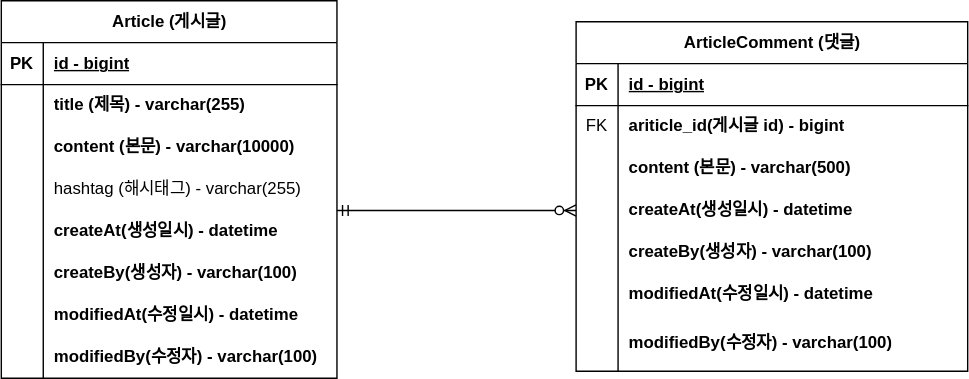
Above: erd.svg in kmindev/board-project (draw.io), before the change. Source tidied: cells renumbered, new cells last; positions are measured from the earlier drawing's top-left corner, leaving out a move shared by most shapes.
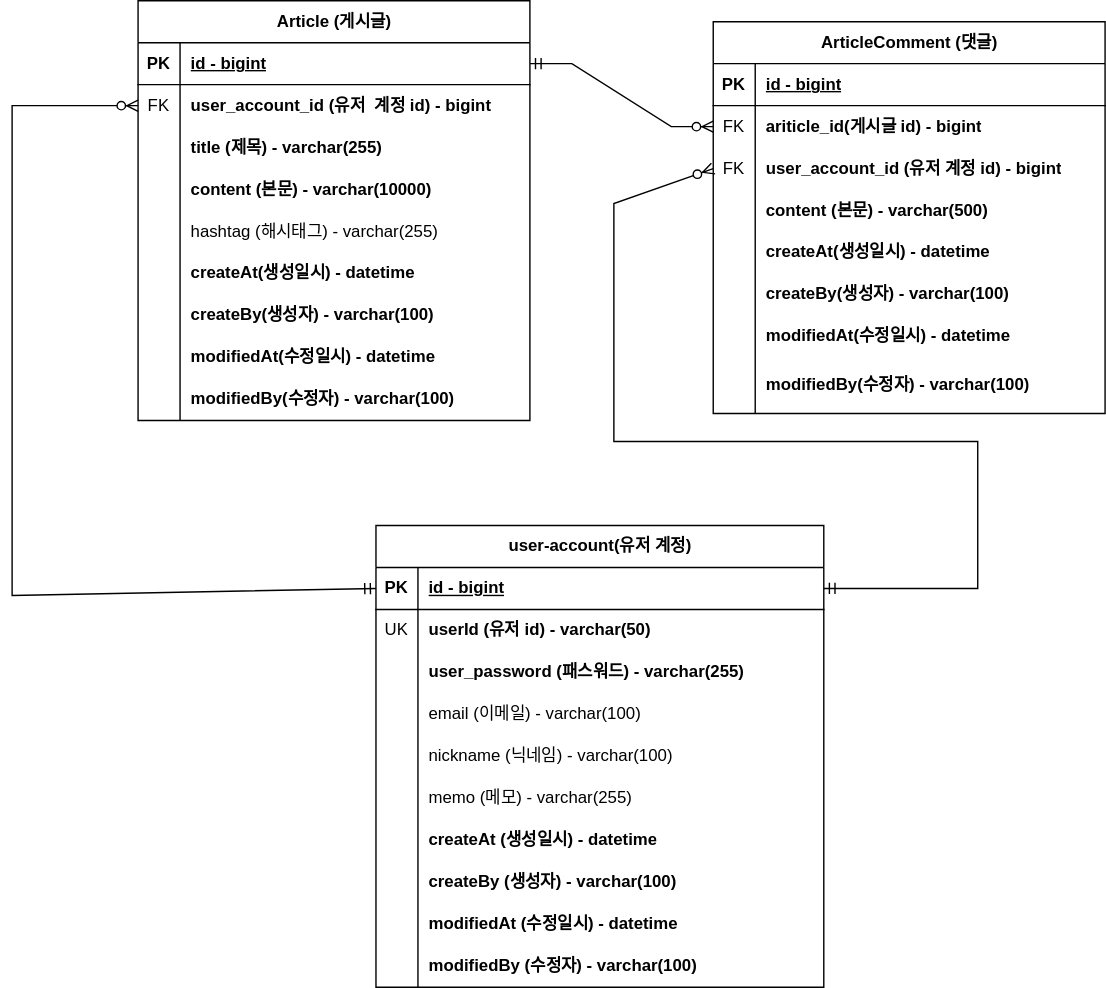
Later version of the same file.

Commit message:
#17 - erd (유저 계정 도메인) 추가

What changed in the source:
```diff
@@ -5,6 +5,6 @@
     <mxCell id="2" value="Article (게시글)" style="shape=table;startSize=30;rowLines=0;fontStyle=1;align=center;html=1;" parent="1" vertex="1">
-      <mxGeometry width="240" height="270" as="geometry" />
+      <mxGeometry width="280" height="300" as="geometry" />
     </mxCell>
     <mxCell id="3" style="shape=tableRow;horizontal=0;startSize=0;swimlaneHead=0;swimlaneBody=0;fillColor=none;points=[[0,0.5],[1,0.5]];portConstraint=eastwest;top=0;left=0;right=0;bottom=1;" parent="2" vertex="1">
-      <mxGeometry y="30" width="240" height="30" as="geometry" />
+      <mxGeometry y="30" width="280" height="30" as="geometry" />
     </mxCell>
@@ -14,15 +14,24 @@
     <mxCell id="5" value="id - bigint" style="shape=partialRectangle;fillColor=none;top=0;left=0;bottom=0;right=0;align=left;spacingLeft=6;fontStyle=5;overflow=hidden;whiteSpace=wrap;html=1;" parent="3" vertex="1">
-      <mxGeometry x="30" width="210" height="30" as="geometry" />
+      <mxGeometry x="30" width="250" height="30" as="geometry" />
     </mxCell>
     <mxCell id="6" style="shape=tableRow;horizontal=0;startSize=0;swimlaneHead=0;swimlaneBody=0;fillColor=none;top=0;left=0;right=0;bottom=0;" parent="2" vertex="1">
-      <mxGeometry y="60" width="240" height="30" as="geometry" />
+      <mxGeometry y="60" width="280" height="30" as="geometry" />
     </mxCell>
-    <mxCell id="7" style="shape=partialRectangle;fillColor=none;top=0;left=0;bottom=0;right=0;overflow=hidden;whiteSpace=wrap;html=1;" parent="6" vertex="1">
+    <mxCell id="7" value="FK" style="shape=partialRectangle;fillColor=none;top=0;left=0;bottom=0;right=0;overflow=hidden;whiteSpace=wrap;html=1;" parent="6" vertex="1">
       <mxGeometry width="30" height="30" as="geometry" />
     </mxCell>
-    <mxCell id="8" value="&lt;b&gt;title (제목) - varchar(255)&lt;/b&gt;" style="shape=partialRectangle;fillColor=none;top=0;left=0;bottom=0;right=0;align=left;spacingLeft=6;overflow=hidden;whiteSpace=wrap;html=1;" parent="6" vertex="1">
-      <mxGeometry x="30" width="210" height="30" as="geometry" />
+    <mxCell id="8" value="&lt;b&gt;user_account_id (유저&amp;nbsp; 계정 id) - bigint&lt;/b&gt;" style="shape=partialRectangle;fillColor=none;top=0;left=0;bottom=0;right=0;align=left;spacingLeft=6;overflow=hidden;whiteSpace=wrap;html=1;" parent="6" vertex="1">
+      <mxGeometry x="30" width="250" height="30" as="geometry" />
     </mxCell>
+    <mxCell id="50" style="shape=tableRow;horizontal=0;startSize=0;swimlaneHead=0;swimlaneBody=0;fillColor=none;top=0;left=0;right=0;bottom=0;" parent="2" vertex="1">
+      <mxGeometry y="90" width="280" height="30" as="geometry" />
+    </mxCell>
+    <mxCell id="51" style="shape=partialRectangle;fillColor=none;top=0;left=0;bottom=0;right=0;overflow=hidden;whiteSpace=wrap;html=1;" parent="50" vertex="1">
+      <mxGeometry width="30" height="30" as="geometry" />
+    </mxCell>
+    <mxCell id="52" value="&lt;b&gt;title (제목) - varchar(255)&lt;/b&gt;" style="shape=partialRectangle;fillColor=none;top=0;left=0;bottom=0;right=0;align=left;spacingLeft=6;overflow=hidden;whiteSpace=wrap;html=1;" parent="50" vertex="1">
+      <mxGeometry x="30" width="250" height="30" as="geometry" />
+    </mxCell>
     <mxCell id="9" style="shape=tableRow;horizontal=0;startSize=0;swimlaneHead=0;swimlaneBody=0;fillColor=none;top=0;left=0;right=0;bottom=0;" parent="2" vertex="1">
-      <mxGeometry y="90" width="240" height="30" as="geometry" />
+      <mxGeometry y="120" width="280" height="30" as="geometry" />
     </mxCell>
@@ -32,6 +41,6 @@
     <mxCell id="11" value="&lt;b&gt;content (본문) -&amp;nbsp;&lt;/b&gt;&lt;b style=&quot;border-color: var(--border-color);&quot;&gt;varchar(10000)&lt;/b&gt;" style="shape=partialRectangle;fillColor=none;top=0;left=0;bottom=0;right=0;align=left;spacingLeft=6;overflow=hidden;whiteSpace=wrap;html=1;" parent="9" vertex="1">
-      <mxGeometry x="30" width="210" height="30" as="geometry" />
+      <mxGeometry x="30" width="250" height="30" as="geometry" />
     </mxCell>
     <mxCell id="12" style="shape=tableRow;horizontal=0;startSize=0;swimlaneHead=0;swimlaneBody=0;fillColor=none;top=0;left=0;right=0;bottom=0;" parent="2" vertex="1">
-      <mxGeometry y="120" width="240" height="30" as="geometry" />
+      <mxGeometry y="150" width="280" height="30" as="geometry" />
     </mxCell>
@@ -41,6 +50,6 @@
     <mxCell id="14" value="hashtag (해시태그) - varchar(255)" style="shape=partialRectangle;fillColor=none;top=0;left=0;bottom=0;right=0;align=left;spacingLeft=6;overflow=hidden;whiteSpace=wrap;html=1;" parent="12" vertex="1">
-      <mxGeometry x="30" width="210" height="30" as="geometry" />
+      <mxGeometry x="30" width="250" height="30" as="geometry" />
     </mxCell>
     <mxCell id="15" style="shape=tableRow;horizontal=0;startSize=0;swimlaneHead=0;swimlaneBody=0;fillColor=none;top=0;left=0;right=0;bottom=0;" parent="2" vertex="1">
-      <mxGeometry y="150" width="240" height="30" as="geometry" />
+      <mxGeometry y="180" width="280" height="30" as="geometry" />
     </mxCell>
@@ -50,6 +59,6 @@
     <mxCell id="17" value="&lt;b&gt;createAt(생성일시) - datetime&lt;/b&gt;" style="shape=partialRectangle;fillColor=none;top=0;left=0;bottom=0;right=0;align=left;spacingLeft=6;overflow=hidden;whiteSpace=wrap;html=1;" parent="15" vertex="1">
-      <mxGeometry x="30" width="210" height="30" as="geometry" />
+      <mxGeometry x="30" width="250" height="30" as="geometry" />
     </mxCell>
     <mxCell id="18" style="shape=tableRow;horizontal=0;startSize=0;swimlaneHead=0;swimlaneBody=0;fillColor=none;top=0;left=0;right=0;bottom=0;" parent="2" vertex="1">
-      <mxGeometry y="180" width="240" height="30" as="geometry" />
+      <mxGeometry y="210" width="280" height="30" as="geometry" />
     </mxCell>
@@ -59,6 +68,6 @@
     <mxCell id="20" value="&lt;b&gt;createBy(생성자) - varchar(100)&lt;/b&gt;" style="shape=partialRectangle;fillColor=none;top=0;left=0;bottom=0;right=0;align=left;spacingLeft=6;overflow=hidden;whiteSpace=wrap;html=1;" parent="18" vertex="1">
-      <mxGeometry x="30" width="210" height="30" as="geometry" />
+      <mxGeometry x="30" width="250" height="30" as="geometry" />
     </mxCell>
     <mxCell id="21" style="shape=tableRow;horizontal=0;startSize=0;swimlaneHead=0;swimlaneBody=0;fillColor=none;top=0;left=0;right=0;bottom=0;" parent="2" vertex="1">
-      <mxGeometry y="210" width="240" height="30" as="geometry" />
+      <mxGeometry y="240" width="280" height="30" as="geometry" />
     </mxCell>
@@ -68,6 +77,6 @@
     <mxCell id="23" value="&lt;b&gt;modifiedAt(수정일시) - datetime&lt;/b&gt;" style="shape=partialRectangle;fillColor=none;top=0;left=0;bottom=0;right=0;align=left;spacingLeft=6;overflow=hidden;whiteSpace=wrap;html=1;" parent="21" vertex="1">
-      <mxGeometry x="30" width="210" height="30" as="geometry" />
+      <mxGeometry x="30" width="250" height="30" as="geometry" />
     </mxCell>
     <mxCell id="24" style="shape=tableRow;horizontal=0;startSize=0;swimlaneHead=0;swimlaneBody=0;fillColor=none;top=0;left=0;right=0;bottom=0;" parent="2" vertex="1">
-      <mxGeometry y="240" width="240" height="30" as="geometry" />
+      <mxGeometry y="270" width="280" height="30" as="geometry" />
     </mxCell>
@@ -77,6 +86,6 @@
     <mxCell id="26" value="&lt;b&gt;modifiedBy(수정자) - varchar(100)&lt;/b&gt;" style="shape=partialRectangle;fillColor=none;top=0;left=0;bottom=0;right=0;align=left;spacingLeft=6;overflow=hidden;whiteSpace=wrap;html=1;" parent="24" vertex="1">
-      <mxGeometry x="30" width="210" height="30" as="geometry" />
+      <mxGeometry x="30" width="250" height="30" as="geometry" />
     </mxCell>
     <mxCell id="27" value="ArticleComment (댓글)" style="shape=table;startSize=30;rowLines=0;fontStyle=1;align=center;html=1;" parent="1" vertex="1">
-      <mxGeometry x="411" y="15" width="280" height="250" as="geometry" />
+      <mxGeometry x="411" y="15" width="280" height="280" as="geometry" />
     </mxCell>
@@ -100,4 +109,13 @@
     </mxCell>
+    <mxCell id="53" style="shape=tableRow;horizontal=0;startSize=0;swimlaneHead=0;swimlaneBody=0;fillColor=none;points=[[0,0.5],[1,0.5]];portConstraint=eastwest;top=0;left=0;right=0;bottom=0;" parent="27" vertex="1">
+      <mxGeometry y="90" width="280" height="30" as="geometry" />
+    </mxCell>
+    <mxCell id="54" value="FK" style="shape=partialRectangle;fillColor=none;top=0;left=0;bottom=0;right=0;overflow=hidden;whiteSpace=wrap;html=1;" parent="53" vertex="1">
+      <mxGeometry width="30" height="30" as="geometry" />
+    </mxCell>
+    <mxCell id="55" value="&lt;b&gt;user_account_id (유저 계정 id) - bigint&lt;/b&gt;" style="shape=partialRectangle;fillColor=none;top=0;left=0;bottom=0;right=0;align=left;spacingLeft=6;overflow=hidden;whiteSpace=wrap;html=1;" parent="53" vertex="1">
+      <mxGeometry x="30" width="250" height="30" as="geometry" />
+    </mxCell>
     <mxCell id="34" style="shape=tableRow;horizontal=0;startSize=0;swimlaneHead=0;swimlaneBody=0;fillColor=none;top=0;left=0;right=0;bottom=0;" parent="27" vertex="1">
-      <mxGeometry y="90" width="280" height="30" as="geometry" />
+      <mxGeometry y="120" width="280" height="30" as="geometry" />
     </mxCell>
@@ -110,3 +128,3 @@
     <mxCell id="37" style="shape=tableRow;horizontal=0;startSize=0;swimlaneHead=0;swimlaneBody=0;fillColor=none;points=[[0,0.5],[1,0.5]];portConstraint=eastwest;top=0;left=0;right=0;bottom=0;" parent="27" vertex="1">
-      <mxGeometry y="120" width="280" height="30" as="geometry" />
+      <mxGeometry y="150" width="280" height="30" as="geometry" />
     </mxCell>
@@ -119,3 +137,3 @@
     <mxCell id="40" style="shape=tableRow;horizontal=0;startSize=0;swimlaneHead=0;swimlaneBody=0;fillColor=none;top=0;left=0;right=0;bottom=0;" parent="27" vertex="1">
-      <mxGeometry y="150" width="280" height="30" as="geometry" />
+      <mxGeometry y="180" width="280" height="30" as="geometry" />
     </mxCell>
@@ -128,3 +146,3 @@
     <mxCell id="43" style="shape=tableRow;horizontal=0;startSize=0;swimlaneHead=0;swimlaneBody=0;fillColor=none;top=0;left=0;right=0;bottom=0;" parent="27" vertex="1">
-      <mxGeometry y="180" width="280" height="30" as="geometry" />
+      <mxGeometry y="210" width="280" height="30" as="geometry" />
     </mxCell>
@@ -137,3 +155,3 @@
     <mxCell id="46" style="shape=tableRow;horizontal=0;startSize=0;swimlaneHead=0;swimlaneBody=0;fillColor=none;top=0;left=0;right=0;bottom=0;" parent="27" vertex="1">
-      <mxGeometry y="210" width="280" height="40" as="geometry" />
+      <mxGeometry y="240" width="280" height="40" as="geometry" />
     </mxCell>
@@ -145,7 +163,119 @@
     </mxCell>
-    <mxCell id="49" style="edgeStyle=entityRelationEdgeStyle;fontSize=12;html=1;endArrow=ERzeroToMany;startArrow=ERmandOne;rounded=0;entryX=0;entryY=0.5;entryDx=0;entryDy=0;" parent="1" edge="1" target="37">
-      <mxGeometry relative="1" as="geometry">
-        <mxPoint x="240" y="150" as="sourcePoint" />
-      </mxGeometry>
+    <mxCell id="49" style="edgeStyle=entityRelationEdgeStyle;fontSize=12;html=1;endArrow=ERzeroToMany;startArrow=ERmandOne;rounded=0;entryX=0;entryY=0.5;entryDx=0;entryDy=0;exitX=1;exitY=0.5;exitDx=0;exitDy=0;" parent="1" edge="1" source="3" target="31">
+      <mxGeometry relative="1" as="geometry" />
     </mxCell>
+    <mxCell id="56" value="user-account(유저 계정)" style="shape=table;startSize=30;rowLines=0;fontStyle=1;align=center;html=1;" parent="1" vertex="1">
+      <mxGeometry x="170" y="375" width="320" height="330" as="geometry" />
+    </mxCell>
+    <mxCell id="57" style="shape=tableRow;horizontal=0;startSize=0;swimlaneHead=0;swimlaneBody=0;fillColor=none;points=[[0,0.5],[1,0.5]];portConstraint=eastwest;top=0;left=0;right=0;bottom=1;" parent="56" vertex="1">
+      <mxGeometry y="30" width="320" height="30" as="geometry" />
+    </mxCell>
+    <mxCell id="58" value="PK" style="shape=partialRectangle;fillColor=none;top=0;left=0;bottom=0;right=0;fontStyle=1;overflow=hidden;whiteSpace=wrap;html=1;" parent="57" vertex="1">
+      <mxGeometry width="30" height="30" as="geometry" />
+    </mxCell>
+    <mxCell id="59" value="id - bigint" style="shape=partialRectangle;fillColor=none;top=0;left=0;bottom=0;right=0;align=left;spacingLeft=6;fontStyle=5;overflow=hidden;whiteSpace=wrap;html=1;" parent="57" vertex="1">
+      <mxGeometry x="30" width="290" height="30" as="geometry" />
+    </mxCell>
+    <mxCell id="60" style="shape=tableRow;horizontal=0;startSize=0;swimlaneHead=0;swimlaneBody=0;fillColor=none;top=0;left=0;right=0;bottom=0;" parent="56" vertex="1">
+      <mxGeometry y="60" width="320" height="30" as="geometry" />
+    </mxCell>
+    <mxCell id="61" value="UK" style="shape=partialRectangle;fillColor=none;top=0;left=0;bottom=0;right=0;overflow=hidden;whiteSpace=wrap;html=1;" parent="60" vertex="1">
+      <mxGeometry width="30" height="30" as="geometry" />
+    </mxCell>
+    <mxCell id="62" value="&lt;b&gt;userId (유저 id) - varchar(50)&lt;/b&gt;" style="shape=partialRectangle;fillColor=none;top=0;left=0;bottom=0;right=0;align=left;spacingLeft=6;overflow=hidden;whiteSpace=wrap;html=1;" parent="60" vertex="1">
+      <mxGeometry x="30" width="290" height="30" as="geometry" />
+    </mxCell>
+    <mxCell id="63" style="shape=tableRow;horizontal=0;startSize=0;swimlaneHead=0;swimlaneBody=0;fillColor=none;top=0;left=0;right=0;bottom=0;" parent="56" vertex="1">
+      <mxGeometry y="90" width="320" height="30" as="geometry" />
+    </mxCell>
+    <mxCell id="64" style="shape=partialRectangle;fillColor=none;top=0;left=0;bottom=0;right=0;overflow=hidden;whiteSpace=wrap;html=1;" parent="63" vertex="1">
+      <mxGeometry width="30" height="30" as="geometry" />
+    </mxCell>
+    <mxCell id="65" value="&lt;b&gt;user_password (패스워드) -&amp;nbsp;&lt;/b&gt;&lt;b style=&quot;border-color: var(--border-color);&quot;&gt;varchar(255)&lt;/b&gt;" style="shape=partialRectangle;fillColor=none;top=0;left=0;bottom=0;right=0;align=left;spacingLeft=6;overflow=hidden;whiteSpace=wrap;html=1;" parent="63" vertex="1">
+      <mxGeometry x="30" width="290" height="30" as="geometry" />
+    </mxCell>
+    <mxCell id="66" style="shape=tableRow;horizontal=0;startSize=0;swimlaneHead=0;swimlaneBody=0;fillColor=none;top=0;left=0;right=0;bottom=0;" parent="56" vertex="1">
+      <mxGeometry y="120" width="320" height="30" as="geometry" />
+    </mxCell>
+    <mxCell id="67" style="shape=partialRectangle;fillColor=none;top=0;left=0;bottom=0;right=0;overflow=hidden;whiteSpace=wrap;html=1;" parent="66" vertex="1">
+      <mxGeometry width="30" height="30" as="geometry" />
+    </mxCell>
+    <mxCell id="68" value="email (이메일) - varchar(100)" style="shape=partialRectangle;fillColor=none;top=0;left=0;bottom=0;right=0;align=left;spacingLeft=6;overflow=hidden;whiteSpace=wrap;html=1;" parent="66" vertex="1">
+      <mxGeometry x="30" width="290" height="30" as="geometry" />
+    </mxCell>
+    <mxCell id="69" style="shape=tableRow;horizontal=0;startSize=0;swimlaneHead=0;swimlaneBody=0;fillColor=none;top=0;left=0;right=0;bottom=0;" parent="56" vertex="1">
+      <mxGeometry y="150" width="320" height="30" as="geometry" />
+    </mxCell>
+    <mxCell id="70" style="shape=partialRectangle;fillColor=none;top=0;left=0;bottom=0;right=0;overflow=hidden;whiteSpace=wrap;html=1;" parent="69" vertex="1">
+      <mxGeometry width="30" height="30" as="geometry" />
+    </mxCell>
+    <mxCell id="71" value="nickname (닉네임) - varchar(100)" style="shape=partialRectangle;fillColor=none;top=0;left=0;bottom=0;right=0;align=left;spacingLeft=6;overflow=hidden;whiteSpace=wrap;html=1;" parent="69" vertex="1">
+      <mxGeometry x="30" width="290" height="30" as="geometry" />
+    </mxCell>
+    <mxCell id="72" style="shape=tableRow;horizontal=0;startSize=0;swimlaneHead=0;swimlaneBody=0;fillColor=none;top=0;left=0;right=0;bottom=0;" parent="56" vertex="1">
+      <mxGeometry y="180" width="320" height="30" as="geometry" />
+    </mxCell>
+    <mxCell id="73" style="shape=partialRectangle;fillColor=none;top=0;left=0;bottom=0;right=0;overflow=hidden;whiteSpace=wrap;html=1;" parent="72" vertex="1">
+      <mxGeometry width="30" height="30" as="geometry" />
+    </mxCell>
+    <mxCell id="74" value="memo (메모) - varchar(255)" style="shape=partialRectangle;fillColor=none;top=0;left=0;bottom=0;right=0;align=left;spacingLeft=6;overflow=hidden;whiteSpace=wrap;html=1;" parent="72" vertex="1">
+      <mxGeometry x="30" width="290" height="30" as="geometry" />
+    </mxCell>
+    <mxCell id="75" style="shape=tableRow;horizontal=0;startSize=0;swimlaneHead=0;swimlaneBody=0;fillColor=none;top=0;left=0;right=0;bottom=0;" parent="56" vertex="1">
+      <mxGeometry y="210" width="320" height="30" as="geometry" />
+    </mxCell>
+    <mxCell id="76" style="shape=partialRectangle;fillColor=none;top=0;left=0;bottom=0;right=0;overflow=hidden;whiteSpace=wrap;html=1;" parent="75" vertex="1">
+      <mxGeometry width="30" height="30" as="geometry" />
+    </mxCell>
+    <mxCell id="77" value="&lt;b&gt;createAt (생성일시) - datetime&lt;/b&gt;" style="shape=partialRectangle;fillColor=none;top=0;left=0;bottom=0;right=0;align=left;spacingLeft=6;overflow=hidden;whiteSpace=wrap;html=1;" parent="75" vertex="1">
+      <mxGeometry x="30" width="290" height="30" as="geometry" />
+    </mxCell>
+    <mxCell id="78" style="shape=tableRow;horizontal=0;startSize=0;swimlaneHead=0;swimlaneBody=0;fillColor=none;top=0;left=0;right=0;bottom=0;" parent="56" vertex="1">
+      <mxGeometry y="240" width="320" height="30" as="geometry" />
+    </mxCell>
+    <mxCell id="79" style="shape=partialRectangle;fillColor=none;top=0;left=0;bottom=0;right=0;overflow=hidden;whiteSpace=wrap;html=1;" parent="78" vertex="1">
+      <mxGeometry width="30" height="30" as="geometry" />
+    </mxCell>
+    <mxCell id="80" value="&lt;b&gt;createBy (생성자) - varchar(100)&lt;/b&gt;" style="shape=partialRectangle;fillColor=none;top=0;left=0;bottom=0;right=0;align=left;spacingLeft=6;overflow=hidden;whiteSpace=wrap;html=1;" parent="78" vertex="1">
+      <mxGeometry x="30" width="290" height="30" as="geometry" />
+    </mxCell>
+    <mxCell id="81" style="shape=tableRow;horizontal=0;startSize=0;swimlaneHead=0;swimlaneBody=0;fillColor=none;top=0;left=0;right=0;bottom=0;" parent="56" vertex="1">
+      <mxGeometry y="270" width="320" height="30" as="geometry" />
+    </mxCell>
+    <mxCell id="82" style="shape=partialRectangle;fillColor=none;top=0;left=0;bottom=0;right=0;overflow=hidden;whiteSpace=wrap;html=1;" parent="81" vertex="1">
+      <mxGeometry width="30" height="30" as="geometry" />
+    </mxCell>
+    <mxCell id="83" value="&lt;b&gt;modifiedAt (수정일시) - datetime&lt;/b&gt;" style="shape=partialRectangle;fillColor=none;top=0;left=0;bottom=0;right=0;align=left;spacingLeft=6;overflow=hidden;whiteSpace=wrap;html=1;" parent="81" vertex="1">
+      <mxGeometry x="30" width="290" height="30" as="geometry" />
+    </mxCell>
+    <mxCell id="84" style="shape=tableRow;horizontal=0;startSize=0;swimlaneHead=0;swimlaneBody=0;fillColor=none;top=0;left=0;right=0;bottom=0;" parent="56" vertex="1">
+      <mxGeometry y="300" width="320" height="30" as="geometry" />
+    </mxCell>
+    <mxCell id="85" style="shape=partialRectangle;fillColor=none;top=0;left=0;bottom=0;right=0;overflow=hidden;whiteSpace=wrap;html=1;" parent="84" vertex="1">
+      <mxGeometry width="30" height="30" as="geometry" />
+    </mxCell>
+    <mxCell id="86" value="&lt;b&gt;modifiedBy (수정자) - varchar(100)&lt;/b&gt;" style="shape=partialRectangle;fillColor=none;top=0;left=0;bottom=0;right=0;align=left;spacingLeft=6;overflow=hidden;whiteSpace=wrap;html=1;" parent="84" vertex="1">
+      <mxGeometry x="30" width="290" height="30" as="geometry" />
+    </mxCell>
+    <mxCell id="87" style="fontSize=12;html=1;endArrow=ERzeroToMany;startArrow=ERmandOne;rounded=0;exitX=0;exitY=0.5;exitDx=0;exitDy=0;" parent="1" edge="1" source="57">
+      <mxGeometry relative="1" as="geometry">
+        <mxPoint y="75" as="targetPoint" />
+        <Array as="points">
+          <mxPoint x="-90" y="425" />
+          <mxPoint x="-90" y="235" />
+          <mxPoint x="-90" y="75" />
+        </Array>
+      </mxGeometry>
+    </mxCell>
+    <mxCell id="88" style="fontSize=12;html=1;endArrow=ERzeroToMany;startArrow=ERmandOne;rounded=0;entryX=0;entryY=0.5;entryDx=0;entryDy=0;exitX=1;exitY=0.5;exitDx=0;exitDy=0;" parent="1" edge="1" source="57" target="53">
+      <mxGeometry relative="1" as="geometry">
+        <Array as="points">
+          <mxPoint x="600" y="420" />
+          <mxPoint x="600" y="315" />
+          <mxPoint x="340" y="315" />
+          <mxPoint x="340" y="255" />
+          <mxPoint x="340" y="145" />
+        </Array>
+      </mxGeometry>
+    </mxCell>
   </root>
```
